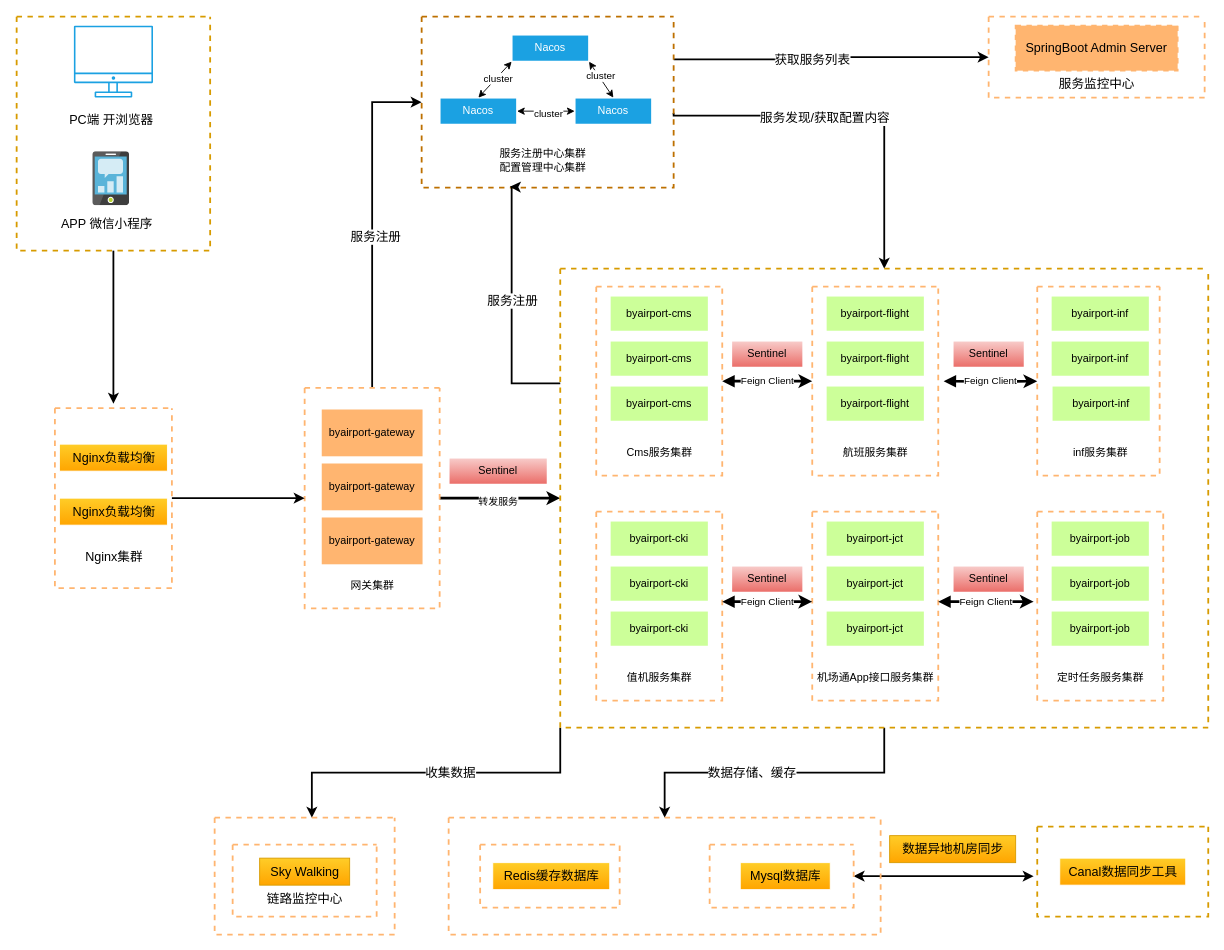
Above: 门户微服务.drawio in lizhenjun0418/docker-file (draw.io), before the change. Source tidied: cells renumbered, new cells numbered last; positions are measured from the earlier drawing's top-left corner, leaving out a move shared by most shapes. Both pictures are drawn from the tidied source at 90%, with x=0, y=0 at pixel (16, 16).
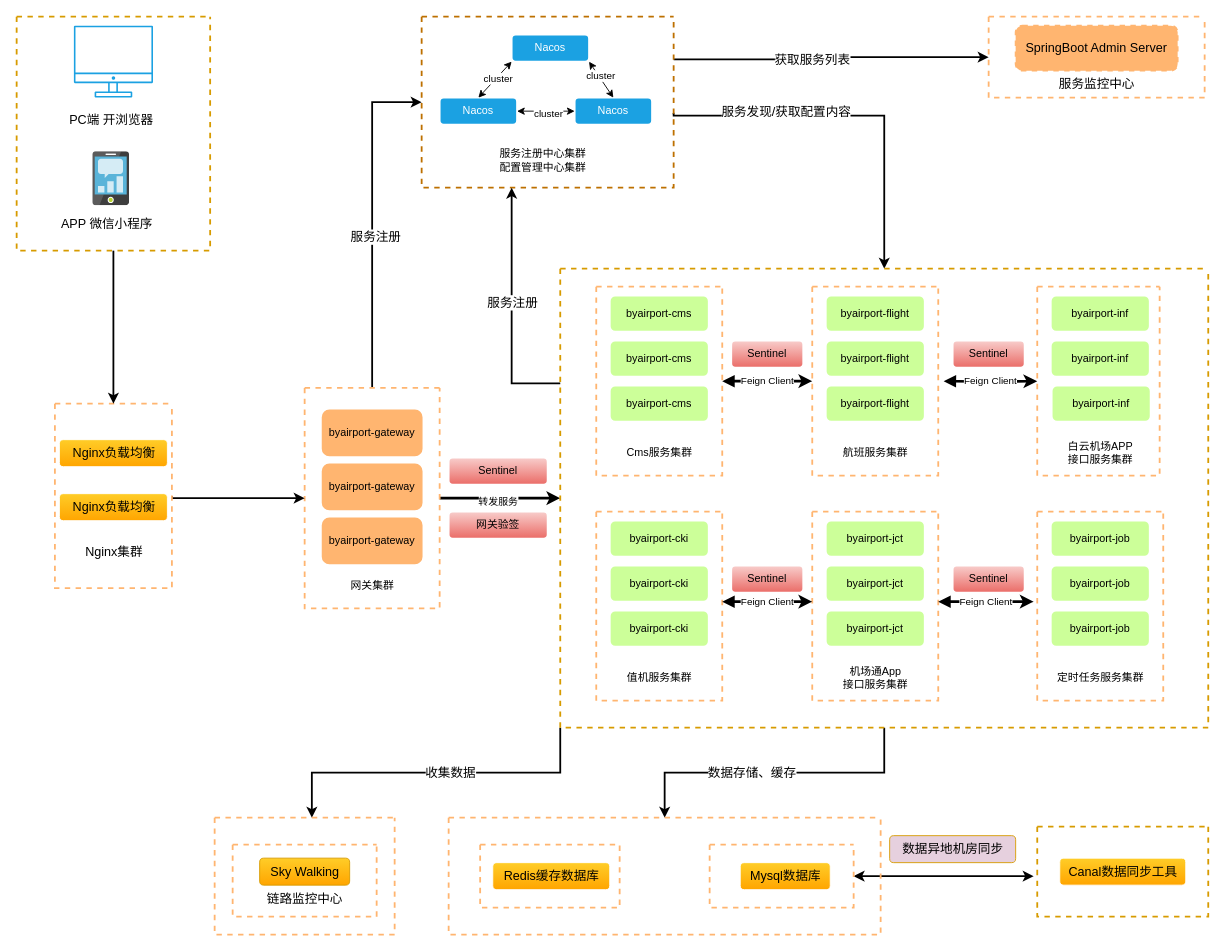
The same page after the edit.

Commit message (it also covers changes not shown here):
更新门户微服务.drawio

Unchanged cells that the change refers to:
```xml
<mxCell id="2" style="edgeStyle=orthogonalEdgeStyle;rounded=0;jettySize=auto;html=1;exitX=0.996;exitY=0.568;exitDx=0;exitDy=0;entryX=0.5;entryY=0;entryDx=0;entryDy=0;startArrow=none;startFill=0;endArrow=classic;endFill=1;strokeWidth=2;exitPerimeter=0;" parent="1" edge="1" source="6" target="32">
  <mxGeometry relative="1" as="geometry">
    <Array as="points">
      <mxPoint x="730" y="108" />
      <mxPoint x="730" y="110" />
      <mxPoint x="964" y="110" />
    </Array>
  </mxGeometry>
</mxCell>
<mxCell id="6" style="swimlane;startSize=0;dashed=1;strokeWidth=2;strokeColor=#BD7000;fillColor=#f0a30a;fontColor=#000000;" parent="1" vertex="1">
  <mxGeometry x="450" width="280" height="190" as="geometry" />
</mxCell>
<mxCell id="21" style="swimlane;startSize=0;strokeColor=#FFB570;strokeWidth=2;dashed=1;" parent="1" vertex="1">
  <mxGeometry x="320" y="412.5" width="150" height="245" as="geometry" />
</mxCell>
<mxCell id="32" style="swimlane;startSize=0;strokeColor=#d79b00;strokeWidth=2;fillColor=#ffcd28;dashed=1;gradientColor=#ffa500;" parent="1" vertex="1">
  <mxGeometry x="604" y="280" width="720" height="510" as="geometry" />
</mxCell>
<mxCell id="34" style="swimlane;startSize=0;dashed=1;strokeColor=#FFB570;strokeWidth=2;fillColor=#FFFFFF;" parent="32" vertex="1">
  <mxGeometry x="40" y="20" width="140" height="210" as="geometry" />
</mxCell>
<mxCell id="39" style="swimlane;startSize=0;dashed=1;strokeColor=#FFB570;strokeWidth=2;fillColor=#FFFFFF;" parent="32" vertex="1">
  <mxGeometry x="280" y="20" width="140" height="210" as="geometry" />
</mxCell>
<mxCell id="44" style="swimlane;startSize=0;dashed=1;strokeColor=#FFB570;strokeWidth=2;fillColor=#FFFFFF;" parent="32" vertex="1">
  <mxGeometry x="530" y="20" width="136" height="210" as="geometry" />
</mxCell>
<mxCell id="49" style="swimlane;startSize=0;dashed=1;strokeColor=#FFB570;strokeWidth=2;fillColor=#FFFFFF;" parent="32" vertex="1">
  <mxGeometry x="40" y="270" width="140" height="210" as="geometry" />
</mxCell>
<mxCell id="54" style="swimlane;startSize=0;dashed=1;strokeColor=#FFB570;strokeWidth=2;fillColor=#FFFFFF;" parent="32" vertex="1">
  <mxGeometry x="280" y="270" width="140" height="210" as="geometry" />
</mxCell>
<mxCell id="59" style="swimlane;startSize=0;dashed=1;strokeColor=#FFB570;strokeWidth=2;fillColor=#FFFFFF;" parent="32" vertex="1">
  <mxGeometry x="530" y="270" width="140" height="210" as="geometry" />
</mxCell>
<mxCell id="74" style="swimlane;startSize=0;dashed=1;fontSize=14;strokeColor=#FFB570;strokeWidth=2;fillColor=#CCFF99;gradientColor=default;" parent="73" vertex="1">
  <mxGeometry x="290" y="30" width="160" height="70" as="geometry" />
</mxCell>
<mxCell id="76" style="swimlane;startSize=0;dashed=1;fontSize=14;strokeColor=#FFB570;strokeWidth=2;fillColor=#CCFF99;gradientColor=default;" parent="73" vertex="1">
  <mxGeometry x="35" y="30" width="155" height="70" as="geometry" />
</mxCell>
<mxCell id="78" style="swimlane;startSize=0;dashed=1;fontSize=14;strokeColor=#d79b00;strokeWidth=2;fillColor=#ffcd28;gradientColor=#ffa500;" parent="1" vertex="1">
  <mxGeometry x="1134" y="900" width="190" height="100" as="geometry" />
</mxCell>
<mxCell id="81" style="swimlane;startSize=0;dashed=1;fontSize=14;strokeColor=#FFB570;strokeWidth=2;fillColor=#FFB570;gradientColor=default;" parent="1" vertex="1">
  <mxGeometry x="1080" width="240" height="90" as="geometry" />
</mxCell>
<mxCell id="85" style="swimlane;startSize=0;dashed=1;fontSize=14;strokeColor=#FFB570;strokeWidth=2;fillColor=#FFB570;gradientColor=none;" parent="84" vertex="1">
  <mxGeometry x="20" y="30" width="160" height="80" as="geometry" />
</mxCell>
```

Change to the diagram source:
```diff
@@
     <mxCell id="3" value="服务发现/获取配置内容" style="edgeLabel;html=1;align=center;verticalAlign=middle;fontSize=14;" parent="2" vertex="1">
-      <mxGeometry x="-0.16" y="-2" relative="1" as="geometry" />
+      <mxGeometry x="-0.16" y="-2" relative="1" as="geometry">
+        <mxPoint x="-43" y="-7" as="offset" />
+      </mxGeometry>
     </mxCell>
@@
-    <mxCell id="7" value="Nacos" style="rounded=0;whiteSpace=wrap;html=1;strokeColor=#FFFFFF;strokeWidth=2;fillColor=#1ba1e2;fontColor=#ffffff;" parent="6" vertex="1">
+    <mxCell id="7" value="Nacos" style="rounded=1;whiteSpace=wrap;html=1;strokeColor=#FFFFFF;strokeWidth=2;fillColor=#1ba1e2;fontColor=#ffffff;" parent="6" vertex="1">
       <mxGeometry x="100" y="20" width="86" height="30" as="geometry" />
     </mxCell>
-    <mxCell id="8" value="Nacos" style="rounded=0;whiteSpace=wrap;html=1;strokeColor=#FFFFFF;strokeWidth=2;fillColor=#1ba1e2;fontColor=#ffffff;" parent="6" vertex="1">
+    <mxCell id="8" value="Nacos" style="rounded=1;whiteSpace=wrap;html=1;strokeColor=#FFFFFF;strokeWidth=2;fillColor=#1ba1e2;fontColor=#ffffff;" parent="6" vertex="1">
       <mxGeometry x="20" y="90" width="86" height="30" as="geometry" />
     </mxCell>
-    <mxCell id="9" value="Nacos" style="rounded=0;whiteSpace=wrap;html=1;strokeColor=#FFFFFF;strokeWidth=2;fillColor=#1ba1e2;fontColor=#ffffff;" parent="6" vertex="1">
+    <mxCell id="9" value="Nacos" style="rounded=1;whiteSpace=wrap;html=1;strokeColor=#FFFFFF;strokeWidth=2;fillColor=#1ba1e2;fontColor=#ffffff;" parent="6" vertex="1">
       <mxGeometry x="170" y="90" width="86" height="30" as="geometry" />
     </mxCell>
@@
-    <mxCell id="22" value="byairport-gateway" style="rounded=0;whiteSpace=wrap;html=1;strokeColor=#FFB570;strokeWidth=2;fillColor=#FFB570;" parent="21" vertex="1">
+    <mxCell id="22" value="byairport-gateway" style="rounded=1;whiteSpace=wrap;html=1;strokeColor=#FFB570;strokeWidth=2;fillColor=#FFB570;" parent="21" vertex="1">
       <mxGeometry x="20" y="25" width="110" height="50" as="geometry" />
     </mxCell>
-    <mxCell id="23" value="byairport-gateway" style="rounded=0;whiteSpace=wrap;html=1;strokeColor=#FFB570;strokeWidth=2;fillColor=#FFB570;" parent="21" vertex="1">
+    <mxCell id="23" value="byairport-gateway" style="rounded=1;whiteSpace=wrap;html=1;strokeColor=#FFB570;strokeWidth=2;fillColor=#FFB570;" parent="21" vertex="1">
       <mxGeometry x="20" y="85" width="110" height="50" as="geometry" />
     </mxCell>
-    <mxCell id="24" value="byairport-gateway" style="rounded=0;whiteSpace=wrap;html=1;strokeColor=#FFB570;strokeWidth=2;fillColor=#FFB570;" parent="21" vertex="1">
+    <mxCell id="24" value="byairport-gateway" style="rounded=1;whiteSpace=wrap;html=1;strokeColor=#FFB570;strokeWidth=2;fillColor=#FFB570;" parent="21" vertex="1">
       <mxGeometry x="20" y="145" width="110" height="50" as="geometry" />
     </mxCell>
@@
-    <mxCell id="26" style="edgeStyle=orthogonalEdgeStyle;rounded=0;jettySize=auto;html=1;startArrow=none;startFill=0;strokeWidth=2;endArrow=classic;endFill=1;entryX=0.35;entryY=0.995;entryDx=0;entryDy=0;exitX=0;exitY=0.25;exitDx=0;exitDy=0;entryPerimeter=0;" parent="1" edge="1" source="32" target="6">
+    <mxCell id="26" style="edgeStyle=orthogonalEdgeStyle;rounded=0;jettySize=auto;html=1;startArrow=none;startFill=0;strokeWidth=2;endArrow=classic;endFill=1;exitX=0;exitY=0.25;exitDx=0;exitDy=0;" parent="1" edge="1" source="32">
       <mxGeometry relative="1" as="geometry">
+        <mxPoint x="550" y="190" as="targetPoint" />
         <Array as="points">
           <mxPoint x="550" y="408" />
-          <mxPoint x="550" y="189" />
+          <mxPoint x="550" y="210" />
+          <mxPoint x="550" y="210" />
         </Array>
       </mxGeometry>
     </mxCell>
@@
-    <mxCell id="35" value="byairport-cms" style="whiteSpace=wrap;html=1;strokeColor=#FFFFFF;strokeWidth=2;fillColor=#CCFF99;" parent="34" vertex="1">
+    <mxCell id="35" value="byairport-cms" style="whiteSpace=wrap;html=1;strokeColor=#FFFFFF;strokeWidth=2;fillColor=#CCFF99;rounded=1;rotation=0;" parent="34" vertex="1">
       <mxGeometry x="15" y="10" width="110" height="40" as="geometry" />
     </mxCell>
-    <mxCell id="36" value="byairport-cms" style="whiteSpace=wrap;html=1;strokeColor=#FFFFFF;strokeWidth=2;fillColor=#CCFF99;gradientColor=none;" parent="34" vertex="1">
+    <mxCell id="36" value="byairport-cms" style="whiteSpace=wrap;html=1;strokeColor=#FFFFFF;strokeWidth=2;fillColor=#CCFF99;gradientColor=none;rounded=1;" parent="34" vertex="1">
       <mxGeometry x="15" y="110" width="110" height="40" as="geometry" />
     </mxCell>
-    <mxCell id="37" value="byairport-cms" style="whiteSpace=wrap;html=1;strokeColor=#FFFFFF;strokeWidth=2;fillColor=#CCFF99;" parent="34" vertex="1">
+    <mxCell id="37" value="byairport-cms" style="whiteSpace=wrap;html=1;strokeColor=#FFFFFF;strokeWidth=2;fillColor=#CCFF99;rounded=1;" parent="34" vertex="1">
       <mxGeometry x="15" y="60" width="110" height="40" as="geometry" />
     </mxCell>
@@
-    <mxCell id="40" value="byairport-flight" style="whiteSpace=wrap;html=1;strokeColor=#FFFFFF;strokeWidth=2;fillColor=#CCFF99;" parent="39" vertex="1">
+    <mxCell id="40" value="byairport-flight" style="whiteSpace=wrap;html=1;strokeColor=#FFFFFF;strokeWidth=2;fillColor=#CCFF99;rounded=1;" parent="39" vertex="1">
       <mxGeometry x="15" y="10" width="110" height="40" as="geometry" />
     </mxCell>
-    <mxCell id="41" value="byairport-flight" style="whiteSpace=wrap;html=1;strokeColor=#FFFFFF;strokeWidth=2;fillColor=#CCFF99;gradientColor=none;" parent="39" vertex="1">
+    <mxCell id="41" value="byairport-flight" style="whiteSpace=wrap;html=1;strokeColor=#FFFFFF;strokeWidth=2;fillColor=#CCFF99;gradientColor=none;rounded=1;" parent="39" vertex="1">
       <mxGeometry x="15" y="110" width="110" height="40" as="geometry" />
     </mxCell>
-    <mxCell id="42" value="byairport-flight" style="whiteSpace=wrap;html=1;strokeColor=#FFFFFF;strokeWidth=2;fillColor=#CCFF99;" parent="39" vertex="1">
+    <mxCell id="42" value="byairport-flight" style="whiteSpace=wrap;html=1;strokeColor=#FFFFFF;strokeWidth=2;fillColor=#CCFF99;rounded=1;" parent="39" vertex="1">
       <mxGeometry x="15" y="60" width="110" height="40" as="geometry" />
     </mxCell>
@@
-    <mxCell id="45" value="byairport-inf" style="whiteSpace=wrap;html=1;strokeColor=#FFFFFF;strokeWidth=2;fillColor=#CCFF99;" parent="44" vertex="1">
+    <mxCell id="45" value="byairport-inf" style="whiteSpace=wrap;html=1;strokeColor=#FFFFFF;strokeWidth=2;fillColor=#CCFF99;rounded=1;" parent="44" vertex="1">
       <mxGeometry x="15" y="10" width="110" height="40" as="geometry" />
     </mxCell>
-    <mxCell id="46" value="byairport-inf" style="whiteSpace=wrap;html=1;strokeColor=#FFFFFF;strokeWidth=2;fillColor=#CCFF99;gradientColor=none;" parent="44" vertex="1">
+    <mxCell id="46" value="byairport-inf" style="whiteSpace=wrap;html=1;strokeColor=#FFFFFF;strokeWidth=2;fillColor=#CCFF99;gradientColor=none;rounded=1;" parent="44" vertex="1">
       <mxGeometry x="16" y="110" width="110" height="40" as="geometry" />
     </mxCell>
-    <mxCell id="47" value="byairport-inf" style="whiteSpace=wrap;html=1;strokeColor=#FFFFFF;strokeWidth=2;fillColor=#CCFF99;" parent="44" vertex="1">
+    <mxCell id="47" value="byairport-inf" style="whiteSpace=wrap;html=1;strokeColor=#FFFFFF;strokeWidth=2;fillColor=#CCFF99;rounded=1;" parent="44" vertex="1">
       <mxGeometry x="15" y="60" width="110" height="40" as="geometry" />
     </mxCell>
-    <mxCell id="48" value="inf服务集群" style="text;html=1;align=center;verticalAlign=middle;strokeColor=none;fillColor=none;" parent="44" vertex="1">
-      <mxGeometry x="30" y="170" width="80" height="30" as="geometry" />
+    <mxCell id="48" value="白云机场APP&lt;br&gt;接口服务集群" style="text;html=1;align=center;verticalAlign=middle;strokeColor=none;fillColor=none;" parent="44" vertex="1">
+      <mxGeometry x="20" y="165" width="100" height="40" as="geometry" />
     </mxCell>
@@
-    <mxCell id="50" value="byairport-cki" style="whiteSpace=wrap;html=1;strokeColor=#FFFFFF;strokeWidth=2;fillColor=#CCFF99;" parent="49" vertex="1">
+    <mxCell id="50" value="byairport-cki" style="whiteSpace=wrap;html=1;strokeColor=#FFFFFF;strokeWidth=2;fillColor=#CCFF99;rounded=1;" parent="49" vertex="1">
       <mxGeometry x="15" y="10" width="110" height="40" as="geometry" />
     </mxCell>
-    <mxCell id="51" value="byairport-cki" style="whiteSpace=wrap;html=1;strokeColor=#FFFFFF;strokeWidth=2;fillColor=#CCFF99;gradientColor=none;" parent="49" vertex="1">
+    <mxCell id="51" value="byairport-cki" style="whiteSpace=wrap;html=1;strokeColor=#FFFFFF;strokeWidth=2;fillColor=#CCFF99;gradientColor=none;rounded=1;" parent="49" vertex="1">
       <mxGeometry x="15" y="110" width="110" height="40" as="geometry" />
     </mxCell>
-    <mxCell id="52" value="byairport-cki" style="whiteSpace=wrap;html=1;strokeColor=#FFFFFF;strokeWidth=2;fillColor=#CCFF99;" parent="49" vertex="1">
+    <mxCell id="52" value="byairport-cki" style="whiteSpace=wrap;html=1;strokeColor=#FFFFFF;strokeWidth=2;fillColor=#CCFF99;rounded=1;" parent="49" vertex="1">
       <mxGeometry x="15" y="60" width="110" height="40" as="geometry" />
     </mxCell>
@@
-    <mxCell id="55" value="byairport-jct" style="whiteSpace=wrap;html=1;strokeColor=#FFFFFF;strokeWidth=2;fillColor=#CCFF99;" parent="54" vertex="1">
+    <mxCell id="55" value="byairport-jct" style="whiteSpace=wrap;html=1;strokeColor=#FFFFFF;strokeWidth=2;fillColor=#CCFF99;rounded=1;" parent="54" vertex="1">
       <mxGeometry x="15" y="10" width="110" height="40" as="geometry" />
     </mxCell>
-    <mxCell id="56" value="byairport-jct" style="whiteSpace=wrap;html=1;strokeColor=#FFFFFF;strokeWidth=2;fillColor=#CCFF99;gradientColor=none;" parent="54" vertex="1">
+    <mxCell id="56" value="byairport-jct" style="whiteSpace=wrap;html=1;strokeColor=#FFFFFF;strokeWidth=2;fillColor=#CCFF99;gradientColor=none;rounded=1;" parent="54" vertex="1">
       <mxGeometry x="15" y="110" width="110" height="40" as="geometry" />
     </mxCell>
-    <mxCell id="57" value="byairport-jct" style="whiteSpace=wrap;html=1;strokeColor=#FFFFFF;strokeWidth=2;fillColor=#CCFF99;" parent="54" vertex="1">
+    <mxCell id="57" value="byairport-jct" style="whiteSpace=wrap;html=1;strokeColor=#FFFFFF;strokeWidth=2;fillColor=#CCFF99;rounded=1;" parent="54" vertex="1">
       <mxGeometry x="15" y="60" width="110" height="40" as="geometry" />
     </mxCell>
-    <mxCell id="58" value="机场通App接口服务集群" style="text;html=1;align=center;verticalAlign=middle;strokeColor=none;fillColor=none;" parent="54" vertex="1">
-      <mxGeometry x="-5" y="170" width="150" height="30" as="geometry" />
+    <mxCell id="58" value="机场通App&lt;br&gt;接口服务集群" style="text;html=1;align=center;verticalAlign=middle;strokeColor=none;fillColor=none;" parent="54" vertex="1">
+      <mxGeometry x="20" y="165" width="100" height="40" as="geometry" />
     </mxCell>
@@
-    <mxCell id="60" value="byairport-job" style="whiteSpace=wrap;html=1;strokeColor=#FFFFFF;strokeWidth=2;fillColor=#CCFF99;" parent="59" vertex="1">
+    <mxCell id="60" value="byairport-job" style="whiteSpace=wrap;html=1;strokeColor=#FFFFFF;strokeWidth=2;fillColor=#CCFF99;rounded=1;" parent="59" vertex="1">
       <mxGeometry x="15" y="10" width="110" height="40" as="geometry" />
     </mxCell>
-    <mxCell id="61" value="byairport-job" style="whiteSpace=wrap;html=1;strokeColor=#FFFFFF;strokeWidth=2;fillColor=#CCFF99;gradientColor=none;" parent="59" vertex="1">
+    <mxCell id="61" value="byairport-job" style="whiteSpace=wrap;html=1;strokeColor=#FFFFFF;strokeWidth=2;fillColor=#CCFF99;gradientColor=none;rounded=1;" parent="59" vertex="1">
       <mxGeometry x="15" y="110" width="110" height="40" as="geometry" />
     </mxCell>
-    <mxCell id="62" value="byairport-job" style="whiteSpace=wrap;html=1;strokeColor=#FFFFFF;strokeWidth=2;fillColor=#CCFF99;" parent="59" vertex="1">
+    <mxCell id="62" value="byairport-job" style="whiteSpace=wrap;html=1;strokeColor=#FFFFFF;strokeWidth=2;fillColor=#CCFF99;rounded=1;" parent="59" vertex="1">
       <mxGeometry x="15" y="60" width="110" height="40" as="geometry" />
     </mxCell>
@@
-    <mxCell id="64" value="Sentinel" style="whiteSpace=wrap;html=1;strokeColor=#FFFFFF;strokeWidth=2;fillColor=#f8cecc;gradientColor=#ea6b66;" parent="32" vertex="1">
+    <mxCell id="64" value="Sentinel" style="whiteSpace=wrap;html=1;strokeColor=#FFFFFF;strokeWidth=2;fillColor=#f8cecc;gradientColor=#ea6b66;rounded=1;" parent="32" vertex="1">
       <mxGeometry x="190" y="80" width="80" height="30" as="geometry" />
     </mxCell>
@@
-    <mxCell id="66" value="Sentinel" style="whiteSpace=wrap;html=1;strokeColor=#FFFFFF;strokeWidth=2;fillColor=#f8cecc;gradientColor=#ea6b66;" parent="32" vertex="1">
+    <mxCell id="66" value="Sentinel" style="whiteSpace=wrap;html=1;strokeColor=#FFFFFF;strokeWidth=2;fillColor=#f8cecc;gradientColor=#ea6b66;rounded=1;" parent="32" vertex="1">
       <mxGeometry x="436" y="80" width="80" height="30" as="geometry" />
     </mxCell>
@@
-    <mxCell id="69" value="Sentinel" style="whiteSpace=wrap;html=1;strokeColor=#FFFFFF;strokeWidth=2;fillColor=#f8cecc;gradientColor=#ea6b66;" parent="32" vertex="1">
+    <mxCell id="69" value="Sentinel" style="whiteSpace=wrap;html=1;strokeColor=#FFFFFF;strokeWidth=2;fillColor=#f8cecc;gradientColor=#ea6b66;rounded=1;" parent="32" vertex="1">
       <mxGeometry x="190" y="330" width="80" height="30" as="geometry" />
     </mxCell>
-    <mxCell id="70" value="Sentinel" style="whiteSpace=wrap;html=1;strokeColor=#FFFFFF;strokeWidth=2;fillColor=#f8cecc;gradientColor=#ea6b66;" parent="32" vertex="1">
+    <mxCell id="70" value="Sentinel" style="whiteSpace=wrap;html=1;strokeColor=#FFFFFF;strokeWidth=2;fillColor=#f8cecc;gradientColor=#ea6b66;rounded=1;" parent="32" vertex="1">
       <mxGeometry x="436" y="330" width="80" height="30" as="geometry" />
     </mxCell>
-    <mxCell id="71" value="Sentinel" style="whiteSpace=wrap;html=1;strokeColor=#FFFFFF;strokeWidth=2;fillColor=#f8cecc;gradientColor=#ea6b66;" parent="1" vertex="1">
+    <mxCell id="71" value="Sentinel" style="whiteSpace=wrap;html=1;strokeColor=#FFFFFF;strokeWidth=2;fillColor=#f8cecc;gradientColor=#ea6b66;rounded=1;" parent="1" vertex="1">
       <mxGeometry x="480" y="490" width="110" height="30" as="geometry" />
     </mxCell>
@@
-    <mxCell id="75" value="Mysql数据库" style="text;html=1;align=center;verticalAlign=middle;strokeColor=#FFFFFF;fillColor=#ffcd28;fontSize=14;gradientColor=#ffa500;" parent="74" vertex="1">
+    <mxCell id="75" value="Mysql数据库" style="text;html=1;align=center;verticalAlign=middle;strokeColor=#FFFFFF;fillColor=#ffcd28;fontSize=14;gradientColor=#ffa500;rounded=1;" parent="74" vertex="1">
       <mxGeometry x="34" y="20" width="100" height="30" as="geometry" />
     </mxCell>
@@
-    <mxCell id="77" value="Redis缓存数据库" style="text;html=1;align=center;verticalAlign=middle;strokeColor=#FFFFFF;fillColor=#ffcd28;fontSize=14;gradientColor=#ffa500;" parent="76" vertex="1">
+    <mxCell id="77" value="Redis缓存数据库" style="text;html=1;align=center;verticalAlign=middle;strokeColor=#FFFFFF;fillColor=#ffcd28;fontSize=14;gradientColor=#ffa500;rounded=1;" parent="76" vertex="1">
       <mxGeometry x="14" y="20" width="130" height="30" as="geometry" />
     </mxCell>
@@
-    <mxCell id="79" value="Canal数据同步工具" style="text;html=1;align=center;verticalAlign=middle;strokeColor=#FFFFFF;fillColor=#ffcd28;fontSize=14;gradientColor=#ffa500;" parent="78" vertex="1">
+    <mxCell id="79" value="Canal数据同步工具" style="text;html=1;align=center;verticalAlign=middle;strokeColor=#FFFFFF;fillColor=#ffcd28;fontSize=14;gradientColor=#ffa500;rounded=1;" parent="78" vertex="1">
       <mxGeometry x="25" y="35" width="140" height="30" as="geometry" />
     </mxCell>
-    <mxCell id="80" value="数据异地机房同步" style="text;html=1;align=center;verticalAlign=middle;strokeColor=#d79b00;fillColor=#ffcd28;fontSize=14;gradientColor=#ffa500;" parent="1" vertex="1">
+    <mxCell id="80" value="数据异地机房同步" style="text;html=1;align=center;verticalAlign=middle;strokeColor=#d79b00;fillColor=#E6D0DE;fontSize=14;gradientColor=none;rounded=1;" parent="1" vertex="1">
       <mxGeometry x="970" y="910" width="140" height="30" as="geometry" />
     </mxCell>
@@
-    <mxCell id="82" value="SpringBoot Admin Server" style="whiteSpace=wrap;html=1;dashed=1;fontSize=14;strokeColor=#FFB570;strokeWidth=2;fillColor=#FFB570;gradientColor=none;" parent="81" vertex="1">
+    <mxCell id="82" value="SpringBoot Admin Server" style="whiteSpace=wrap;html=1;dashed=1;fontSize=14;strokeColor=#FFB570;strokeWidth=2;fillColor=#FFB570;gradientColor=none;rounded=1;" parent="81" vertex="1">
       <mxGeometry x="30" y="10" width="180" height="50" as="geometry" />
     </mxCell>
@@
-    <mxCell id="86" value="Sky Walking" style="text;html=1;align=center;verticalAlign=middle;strokeColor=#d79b00;fillColor=#ffcd28;fontSize=14;gradientColor=#ffa500;" parent="85" vertex="1">
+    <mxCell id="86" value="Sky Walking" style="text;html=1;align=center;verticalAlign=middle;strokeColor=#d79b00;fillColor=#ffcd28;fontSize=14;gradientColor=#ffa500;rounded=1;" parent="85" vertex="1">
       <mxGeometry x="30" y="15" width="100" height="30" as="geometry" />
     </mxCell>
@@
     <mxCell id="88" style="edgeStyle=orthogonalEdgeStyle;rounded=0;jettySize=auto;html=1;exitX=1;exitY=0.5;exitDx=0;exitDy=0;entryX=0;entryY=0.5;entryDx=0;entryDy=0;fontSize=14;startArrow=none;startFill=0;endArrow=classic;endFill=1;strokeWidth=2;" parent="1" edge="1" source="89" target="21">
-      <mxGeometry relative="1" as="geometry" />
+      <mxGeometry relative="1" as="geometry">
+        <Array as="points">
+          <mxPoint x="173" y="535" />
+        </Array>
+      </mxGeometry>
     </mxCell>
     <mxCell id="89" style="swimlane;startSize=0;dashed=1;fontSize=14;strokeColor=#FFB570;strokeWidth=2;fillColor=#FFB570;gradientColor=none;" parent="1" vertex="1">
-      <mxGeometry x="42.5" y="435" width="130" height="200" as="geometry" />
+      <mxGeometry x="42.5" y="430" width="130" height="205" as="geometry" />
     </mxCell>
-    <mxCell id="90" value="Nginx负载均衡" style="text;html=1;align=center;verticalAlign=middle;strokeColor=#FFFFFF;fillColor=#ffcd28;fontSize=14;gradientColor=#ffa500;" parent="89" vertex="1">
+    <mxCell id="90" value="Nginx负载均衡" style="text;html=1;align=center;verticalAlign=middle;strokeColor=#FFFFFF;fillColor=#ffcd28;fontSize=14;gradientColor=#ffa500;rounded=1;" parent="89" vertex="1">
       <mxGeometry x="5" y="40" width="120" height="30" as="geometry" />
     </mxCell>
-    <mxCell id="91" value="Nginx负载均衡" style="text;html=1;align=center;verticalAlign=middle;strokeColor=#FFFFFF;fillColor=#ffcd28;fontSize=14;gradientColor=#ffa500;" parent="89" vertex="1">
+    <mxCell id="91" value="Nginx负载均衡" style="text;html=1;align=center;verticalAlign=middle;strokeColor=#FFFFFF;fillColor=#ffcd28;fontSize=14;gradientColor=#ffa500;rounded=1;" parent="89" vertex="1">
       <mxGeometry x="5" y="100" width="120" height="30" as="geometry" />
     </mxCell>
@@
+    <mxCell id="99" value="网关验签" style="whiteSpace=wrap;html=1;strokeColor=#FFFFFF;strokeWidth=2;fillColor=#f8cecc;gradientColor=#ea6b66;rounded=1;" parent="1" vertex="1">
+      <mxGeometry x="480" y="550" width="110" height="30" as="geometry" />
+    </mxCell>
```
